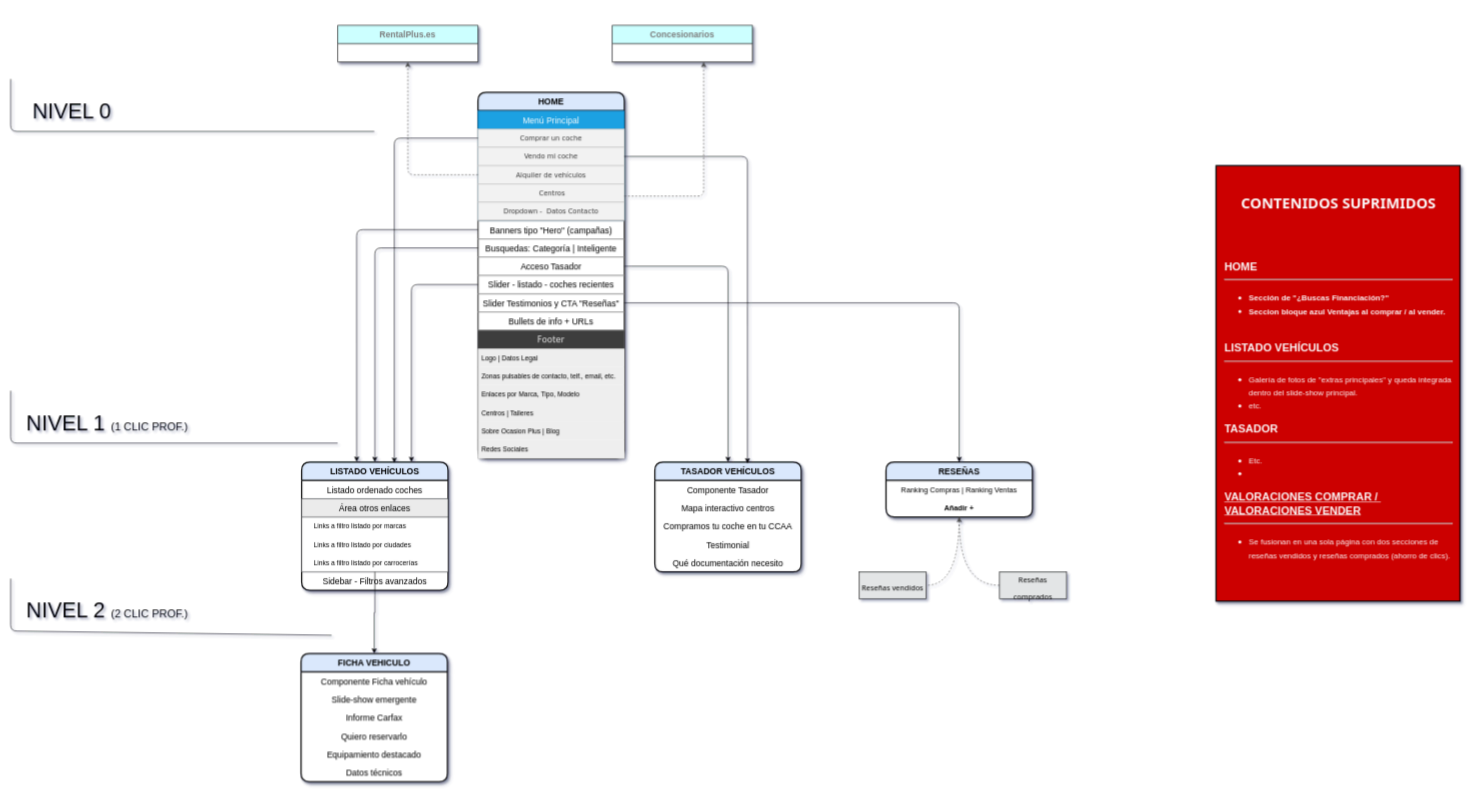
Before: portfolio/AW_OcasionPlus.drawio in enriquesaez/homepage, a draw.io diagram. Source tidied: cells renumbered, new cells numbered last; positions are measured from the earlier drawing's top-left corner, leaving out a move shared by most shapes. Both pictures are drawn from the tidied source at 61%, with x=0, y=0 at pixel (10, 25).
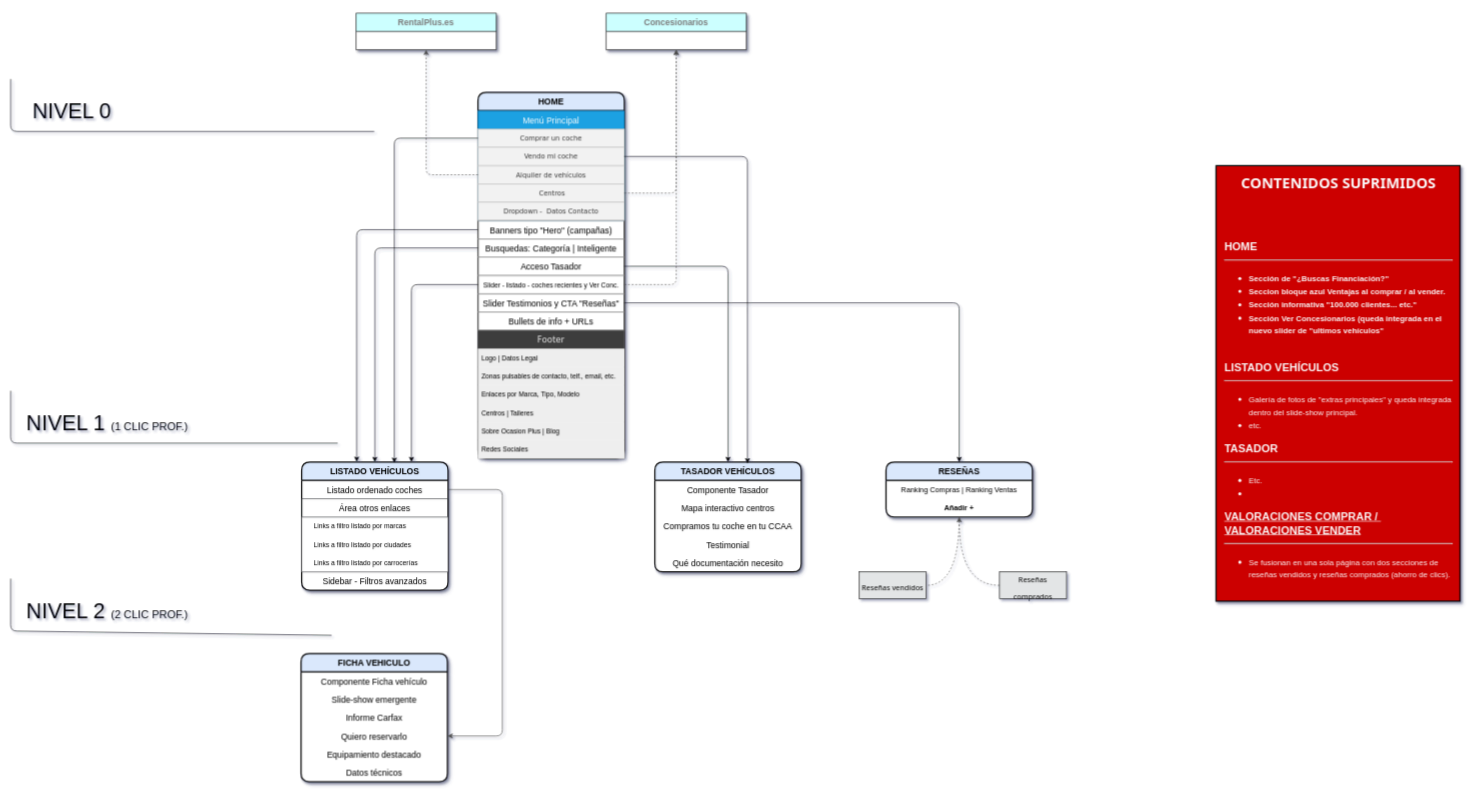
The same diagram, later.

Unchanged cells that the change refers to:
```xml
<mxCell id="2" value="HOME" style="swimlane;fontStyle=1;horizontal=1;startSize=30;fillColor=#dae8fc;strokeColor=default;gradientColor=none;swimlaneFillColor=default;strokeWidth=2;perimeterSpacing=0;rounded=1;shadow=1;sketch=0;glass=0;fontSize=14;" parent="1" vertex="1">
  <mxGeometry x="766" y="110" width="240" height="600" as="geometry" />
</mxCell>
<mxCell id="7" value=" Centros" style="text;strokeColor=#BFBFBF;fillColor=#F2F2F2;align=center;verticalAlign=middle;spacingLeft=4;spacingRight=4;overflow=hidden;points=[[0,0,0,0.5],[1,0.5]];portConstraint=eastwest;fontFamily=Verdana;fontSize=11;fontColor=#383838;strokeWidth=1;" parent="3" vertex="1">
  <mxGeometry y="120" width="240" height="30" as="geometry" />
</mxCell>
<mxCell id="22" value="LISTADO VEHÍCULOS" style="swimlane;fontStyle=1;horizontal=1;startSize=30;fillColor=#dae8fc;strokeColor=default;gradientColor=none;swimlaneFillColor=default;strokeWidth=2;perimeterSpacing=0;rounded=1;shadow=1;sketch=0;glass=0;fontSize=14;" parent="1" vertex="1">
  <mxGeometry x="477" y="716" width="240" height="210" as="geometry" />
</mxCell>
<mxCell id="23" value="Listado ordenado coches" style="text;strokeColor=none;fillColor=none;align=center;verticalAlign=middle;spacingLeft=4;spacingRight=4;overflow=hidden;points=[[0,0.5],[1,0.5]];portConstraint=eastwest;strokeWidth=2;fontStyle=0;fontSize=14;" parent="22" vertex="1">
  <mxGeometry y="30" width="240" height="30" as="geometry" />
</mxCell>
<mxCell id="36" value="FICHA VEHICULO" style="swimlane;fontStyle=1;horizontal=1;startSize=30;fillColor=#dae8fc;strokeColor=default;gradientColor=none;swimlaneFillColor=default;strokeWidth=2;perimeterSpacing=0;rounded=1;shadow=1;sketch=0;glass=0;fontSize=14;" parent="1" vertex="1">
  <mxGeometry x="476" y="1030" width="240" height="210" as="geometry" />
</mxCell>
<mxCell id="40" value="Quiero reservarlo" style="text;strokeColor=none;fillColor=none;align=center;verticalAlign=middle;spacingLeft=4;spacingRight=4;overflow=hidden;points=[[0,0.5],[1,0.5]];portConstraint=eastwest;strokeWidth=2;fontStyle=0;fontSize=14;" parent="36" vertex="1">
  <mxGeometry y="120" width="240" height="30" as="geometry" />
</mxCell>
```

What changed in the source:
```diff
@@
-    <mxCell id="12" value="Slider - listado - coches recientes" style="text;strokeColor=#8C8C8C;fillColor=none;align=center;verticalAlign=middle;spacingLeft=4;spacingRight=4;overflow=hidden;points=[[0,0.5],[1,0.5]];portConstraint=eastwest;strokeWidth=1;fontStyle=0;fontSize=14;" parent="2" vertex="1">
+    <mxCell id="12" value="Slider - listado - coches recientes y Ver Conc." style="text;strokeColor=#8C8C8C;fillColor=none;align=center;verticalAlign=middle;spacingLeft=4;spacingRight=4;overflow=hidden;points=[[0,0.5],[1,0.5]];portConstraint=eastwest;strokeWidth=1;fontStyle=0;fontSize=11;" parent="2" vertex="1">
       <mxGeometry y="300" width="240" height="30" as="geometry" />
     </mxCell>
@@
-    <mxCell id="24" value="Área otros enlaces" style="swimlane;fontStyle=0;horizontal=1;startSize=30;fontFamily=Helvetica;fontSize=14;strokeWidth=1;fillColor=#EBEBEB;strokeColor=#36393d;gradientColor=none;swimlaneFillColor=default;" parent="22" vertex="1">
+    <mxCell id="24" value="Área otros enlaces" style="swimlane;fontStyle=0;horizontal=1;startSize=30;fontFamily=Helvetica;fontSize=14;strokeWidth=1;fillColor=none;strokeColor=#36393d;gradientColor=none;swimlaneFillColor=default;" parent="22" vertex="1">
       <mxGeometry y="60" width="240" height="120" as="geometry" />
     </mxCell>
@@
     <mxCell id="35" value="RentalPlus.es" style="swimlane;fontStyle=1;horizontal=1;startSize=30;fillColor=#CCFFFF;strokeColor=default;gradientColor=none;swimlaneFillColor=default;strokeWidth=1;perimeterSpacing=0;rounded=1;shadow=1;sketch=0;glass=0;fontSize=14;fontColor=#7D7D7D;arcSize=0;" parent="1" vertex="1">
-      <mxGeometry x="536" width="230" height="60" as="geometry" />
+      <mxGeometry x="566" y="-20" width="230" height="60" as="geometry" />
     </mxCell>
@@
-    <mxCell id="46" value="&lt;div style=&quot;text-align: center&quot;&gt;&lt;span style=&quot;font-size: 24px ; font-family: &amp;#34;tahoma&amp;#34; ; color: rgb(252 , 252 , 252)&quot;&gt;&lt;b&gt;CONTENIDOS SUPRIMIDOS&lt;/b&gt;&lt;/span&gt;&lt;/div&gt;&lt;div style=&quot;text-align: center&quot;&gt;&lt;span style=&quot;font-size: 24px ; font-family: &amp;#34;tahoma&amp;#34; ; color: rgb(252 , 252 , 252)&quot;&gt;&lt;b&gt;&lt;br&gt;&lt;/b&gt;&lt;/span&gt;&lt;/div&gt;&lt;div style=&quot;text-align: center&quot;&gt;&lt;span style=&quot;font-size: 24px ; font-family: &amp;#34;tahoma&amp;#34; ; color: rgb(252 , 252 , 252)&quot;&gt;&lt;b&gt;&lt;br&gt;&lt;/b&gt;&lt;/span&gt;&lt;/div&gt;&lt;font color=&quot;#fcfcfc&quot;&gt;&lt;font&gt;&lt;br&gt;&lt;b style=&quot;font-size: 18px&quot;&gt;HOME&lt;br&gt;&lt;/b&gt;&lt;/font&gt;&lt;/font&gt;&lt;hr&gt;&lt;font color=&quot;#fcfcfc&quot;&gt;&lt;font&gt;&lt;b style=&quot;font-size: 18px&quot;&gt;&lt;ul&gt;&lt;li&gt;&lt;font&gt;&lt;font&gt;&lt;span style=&quot;font-size: 13px&quot;&gt;Sección de &quot;¿Buscas Financiación?&lt;/span&gt;&lt;span style=&quot;font-size: 13px&quot;&gt;&quot;&amp;nbsp;&lt;/span&gt;&lt;/font&gt;&lt;/font&gt;&lt;/li&gt;&lt;li&gt;&lt;font&gt;&lt;font&gt;&lt;span style=&quot;font-size: 13px&quot;&gt;Seccion bloque azul Ventajas al comprar / al vender.&amp;nbsp;&lt;/span&gt;&lt;/font&gt;&lt;/font&gt;&lt;/li&gt;&lt;/ul&gt;&lt;/b&gt;&lt;br&gt;&lt;b style=&quot;font-size: 18px&quot;&gt;LISTADO VEHÍCULOS&lt;br&gt;&lt;/b&gt;&lt;/font&gt;&lt;/font&gt;&lt;hr&gt;&lt;ul&gt;&lt;li&gt;&lt;span style=&quot;font-size: 13px&quot;&gt;&lt;font color=&quot;#fcfcfc&quot;&gt;Galería de fotos de &quot;extras principales&quot; y queda integrada dentro del slide-show principal.&lt;/font&gt;&lt;/span&gt;&lt;/li&gt;&lt;li&gt;&lt;span style=&quot;font-size: 13px&quot;&gt;&lt;font color=&quot;#fcfcfc&quot;&gt;etc.&lt;/font&gt;&lt;/span&gt;&lt;/li&gt;&lt;/ul&gt;&lt;div&gt;&lt;font color=&quot;#fcfcfc&quot;&gt;&lt;b&gt;TASADOR&lt;/b&gt;&lt;/font&gt;&lt;/div&gt;&lt;div&gt;&lt;hr&gt;&lt;ul&gt;&lt;li&gt;&lt;font color=&quot;#fcfcfc&quot;&gt;&lt;span style=&quot;font-size: 13px&quot;&gt;Etc.&lt;/span&gt;&lt;/font&gt;&lt;/li&gt;&lt;li&gt;&lt;font color=&quot;#fcfcfc&quot;&gt;&lt;span style=&quot;font-size: 13px&quot;&gt;&lt;br&gt;&lt;/span&gt;&lt;/font&gt;&lt;/li&gt;&lt;/ul&gt;&lt;div&gt;&lt;b style=&quot;color: rgb(252 , 252 , 252)&quot;&gt;&lt;u&gt;VALORACIONES COMPRAR /&amp;nbsp;&lt;/u&gt;&lt;/b&gt;&lt;/div&gt;&lt;div&gt;&lt;font color=&quot;#fcfcfc&quot;&gt;&lt;b&gt;&lt;u&gt;VALORACIONES VENDER&lt;/u&gt;&lt;/b&gt;&lt;/font&gt;&lt;/div&gt;&lt;div&gt;&lt;hr&gt;&lt;ul&gt;&lt;li&gt;&lt;font color=&quot;#fcfcfc&quot;&gt;&lt;span style=&quot;font-size: 13px&quot;&gt;Se fusionan en una sola página con dos secciones de reseñas vendidos y reseñas comprados (ahorro de clics).&lt;/span&gt;&lt;/font&gt;&lt;/li&gt;&lt;/ul&gt;&lt;/div&gt;&lt;/div&gt;" style="rounded=1;fontSize=18;fillColor=#CC0000;align=left;perimeterSpacing=6;strokeWidth=2;glass=0;shadow=1;sketch=0;whiteSpace=wrap;html=1;fontColor=#FFFFFF;labelBackgroundColor=none;labelBorderColor=none;spacingLeft=0;spacingBottom=0;spacingRight=0;spacing=14;arcSize=0;" parent="1" vertex="1">
+    <mxCell id="46" value="&lt;div style=&quot;text-align: center&quot;&gt;&lt;span style=&quot;font-size: 24px ; font-family: &amp;#34;tahoma&amp;#34; ; color: rgb(252 , 252 , 252)&quot;&gt;&lt;b&gt;CONTENIDOS SUPRIMIDOS&lt;/b&gt;&lt;/span&gt;&lt;/div&gt;&lt;div style=&quot;text-align: center&quot;&gt;&lt;span style=&quot;font-size: 24px ; font-family: &amp;#34;tahoma&amp;#34; ; color: rgb(252 , 252 , 252)&quot;&gt;&lt;b&gt;&lt;br&gt;&lt;/b&gt;&lt;/span&gt;&lt;/div&gt;&lt;div style=&quot;text-align: center&quot;&gt;&lt;span style=&quot;font-size: 24px ; font-family: &amp;#34;tahoma&amp;#34; ; color: rgb(252 , 252 , 252)&quot;&gt;&lt;b&gt;&lt;br&gt;&lt;/b&gt;&lt;/span&gt;&lt;/div&gt;&lt;font color=&quot;#fcfcfc&quot;&gt;&lt;font&gt;&lt;br&gt;&lt;b style=&quot;font-size: 18px&quot;&gt;HOME&lt;br&gt;&lt;/b&gt;&lt;/font&gt;&lt;/font&gt;&lt;hr&gt;&lt;font color=&quot;#fcfcfc&quot;&gt;&lt;font&gt;&lt;ul&gt;&lt;li style=&quot;font-size: 18px ; font-weight: bold&quot;&gt;&lt;font&gt;&lt;font&gt;&lt;span style=&quot;font-size: 13px&quot;&gt;Sección de &quot;¿Buscas Financiación?&lt;/span&gt;&lt;span style=&quot;font-size: 13px&quot;&gt;&quot;&amp;nbsp;&lt;/span&gt;&lt;/font&gt;&lt;/font&gt;&lt;/li&gt;&lt;li style=&quot;font-size: 18px ; font-weight: bold&quot;&gt;&lt;font&gt;&lt;font&gt;&lt;span style=&quot;font-size: 13px&quot;&gt;Seccion bloque azul Ventajas al comprar / al vender.&lt;/span&gt;&lt;/font&gt;&lt;/font&gt;&lt;/li&gt;&lt;li&gt;&lt;font&gt;&lt;font&gt;&lt;span style=&quot;font-size: 13px&quot;&gt;&lt;b&gt;Sección informativa &quot;100.000 clientes... etc.&quot;&lt;/b&gt;&lt;/span&gt;&lt;/font&gt;&lt;/font&gt;&lt;/li&gt;&lt;li&gt;&lt;font&gt;&lt;font&gt;&lt;span style=&quot;font-size: 13px&quot;&gt;&lt;b&gt;Sección Ver Concesionarios (queda integrada en el nuevo slider de &quot;ultimos vehículos&quot;&amp;nbsp;&lt;/b&gt;&lt;/span&gt;&lt;/font&gt;&lt;/font&gt;&lt;/li&gt;&lt;/ul&gt;&lt;br&gt;&lt;b style=&quot;font-size: 18px&quot;&gt;LISTADO VEHÍCULOS&lt;br&gt;&lt;/b&gt;&lt;/font&gt;&lt;/font&gt;&lt;hr&gt;&lt;ul&gt;&lt;li&gt;&lt;span style=&quot;font-size: 13px&quot;&gt;&lt;font color=&quot;#fcfcfc&quot;&gt;Galería de fotos de &quot;extras principales&quot; y queda integrada dentro del slide-show principal.&lt;/font&gt;&lt;/span&gt;&lt;/li&gt;&lt;li&gt;&lt;span style=&quot;font-size: 13px&quot;&gt;&lt;font color=&quot;#fcfcfc&quot;&gt;etc.&lt;/font&gt;&lt;/span&gt;&lt;/li&gt;&lt;/ul&gt;&lt;div&gt;&lt;font color=&quot;#fcfcfc&quot;&gt;&lt;b&gt;TASADOR&lt;/b&gt;&lt;/font&gt;&lt;/div&gt;&lt;div&gt;&lt;hr&gt;&lt;ul&gt;&lt;li&gt;&lt;font color=&quot;#fcfcfc&quot;&gt;&lt;span style=&quot;font-size: 13px&quot;&gt;Etc.&lt;/span&gt;&lt;/font&gt;&lt;/li&gt;&lt;li&gt;&lt;font color=&quot;#fcfcfc&quot;&gt;&lt;span style=&quot;font-size: 13px&quot;&gt;&lt;br&gt;&lt;/span&gt;&lt;/font&gt;&lt;/li&gt;&lt;/ul&gt;&lt;div&gt;&lt;b style=&quot;color: rgb(252 , 252 , 252)&quot;&gt;&lt;u&gt;VALORACIONES COMPRAR /&amp;nbsp;&lt;/u&gt;&lt;/b&gt;&lt;/div&gt;&lt;div&gt;&lt;font color=&quot;#fcfcfc&quot;&gt;&lt;b&gt;&lt;u&gt;VALORACIONES VENDER&lt;/u&gt;&lt;/b&gt;&lt;/font&gt;&lt;/div&gt;&lt;div&gt;&lt;hr&gt;&lt;ul&gt;&lt;li&gt;&lt;font color=&quot;#fcfcfc&quot;&gt;&lt;span style=&quot;font-size: 13px&quot;&gt;Se fusionan en una sola página con dos secciones de reseñas vendidos y reseñas comprados (ahorro de clics).&lt;/span&gt;&lt;/font&gt;&lt;/li&gt;&lt;/ul&gt;&lt;/div&gt;&lt;/div&gt;" style="rounded=1;fontSize=18;fillColor=#CC0000;align=left;perimeterSpacing=6;strokeWidth=2;glass=0;shadow=1;sketch=0;whiteSpace=wrap;html=1;fontColor=#FFFFFF;labelBackgroundColor=none;labelBorderColor=none;spacingLeft=0;spacingBottom=0;spacingRight=0;spacing=14;arcSize=0;" parent="1" vertex="1">
       <mxGeometry x="1976" y="230" width="400" height="714" as="geometry" />
     </mxCell>
     <mxCell id="47" value="Concesionarios" style="swimlane;fontStyle=1;horizontal=1;startSize=30;fillColor=#CCFFFF;strokeColor=default;gradientColor=none;swimlaneFillColor=default;strokeWidth=1;perimeterSpacing=0;rounded=1;shadow=1;sketch=0;glass=0;fontSize=14;fontColor=#7D7D7D;arcSize=0;" parent="1" vertex="1">
-      <mxGeometry x="986" width="230" height="60" as="geometry" />
+      <mxGeometry x="976" y="-20" width="230" height="60" as="geometry" />
     </mxCell>
-    <mxCell id="48" style="endArrow=classic;html=1;rounded=1;fontSize=13;fontColor=#7D7D7D;strokeColor=#474747;dashed=1;" parent="1" edge="1">
-      <mxGeometry relative="1" as="geometry">
-        <mxPoint x="1006" y="280" as="sourcePoint" />
-        <mxPoint x="1136" y="60" as="targetPoint" />
-        <Array as="points">
-          <mxPoint x="1136" y="280" />
-        </Array>
-      </mxGeometry>
-    </mxCell>
@@
-    <mxCell id="53" style="edgeStyle=orthogonalEdgeStyle;rounded=0;jettySize=auto;html=1;exitX=0.5;exitY=1;exitDx=0;exitDy=0;fontFamily=Tahoma;fontSize=24;fontColor=#EDEDED;" parent="1" edge="1" source="24" target="36">
-      <mxGeometry relative="1" as="geometry" />
-    </mxCell>
@@
+    <mxCell id="68" style="edgeStyle=orthogonalEdgeStyle;jettySize=auto;html=1;exitX=1;exitY=0.5;exitDx=0;exitDy=0;dashed=1;fontFamily=Verdana;fontSize=13;fontColor=#383838;strokeColor=#4A4A4A;rounded=1;" parent="1" edge="1" source="7" target="47">
+      <mxGeometry relative="1" as="geometry" />
+    </mxCell>
+    <mxCell id="69" style="edgeStyle=orthogonalEdgeStyle;rounded=1;jettySize=auto;html=1;exitX=1;exitY=0.5;exitDx=0;exitDy=0;entryX=1;entryY=0.5;entryDx=0;entryDy=0;fontFamily=Verdana;fontSize=13;fontColor=#383838;strokeColor=#4A4A4A;" parent="1" edge="1" source="23" target="40">
+      <mxGeometry relative="1" as="geometry">
+        <Array as="points">
+          <mxPoint x="806" y="761" />
+          <mxPoint x="806" y="1165" />
+        </Array>
+      </mxGeometry>
+    </mxCell>
+    <mxCell id="70" style="edgeStyle=orthogonalEdgeStyle;rounded=1;jettySize=auto;html=1;exitX=1;exitY=0.5;exitDx=0;exitDy=0;fontFamily=Verdana;fontSize=11;fontColor=#383838;strokeColor=#4A4A4A;dashed=1;" parent="1" edge="1" source="12" target="47">
+      <mxGeometry relative="1" as="geometry" />
+    </mxCell>
```
